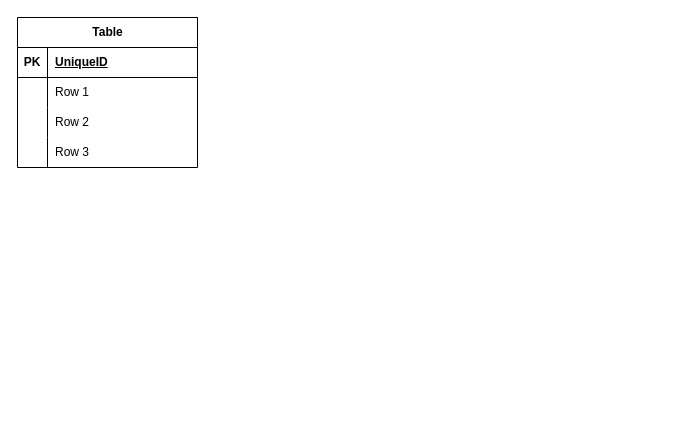
printmiron/DecrolyWorkspace keeps this draw.io diagram as BDD/Diagramas.drawio. Above is the earlier version. Source tidied: cells renumbered, new cells numbered last; positions are measured from the earlier drawing's top-left corner, leaving out a move shared by most shapes. Both pictures are drawn from the tidied source at 100%, with x=0, y=0 at pixel (17, 17).
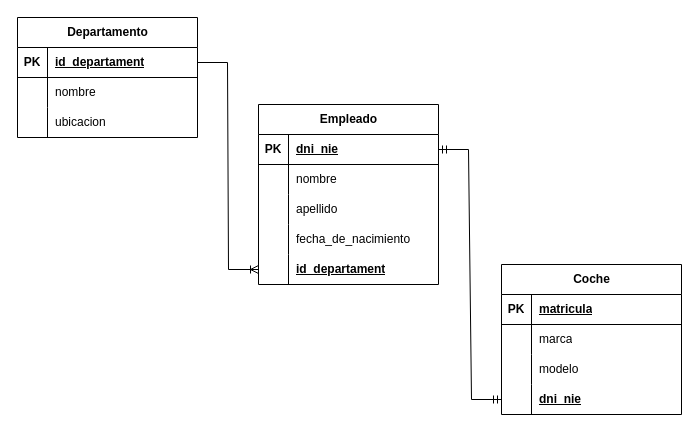
The same page after the edit.

The change refers to these unchanged cells:
```xml
<mxCell id="3" style="shape=tableRow;horizontal=0;startSize=0;swimlaneHead=0;swimlaneBody=0;fillColor=none;points=[[0,0.5],[1,0.5]];portConstraint=eastwest;top=0;left=0;right=0;bottom=1;" parent="2" vertex="1">
  <mxGeometry y="30" width="180" height="30" as="geometry" />
</mxCell>
<mxCell id="6" style="shape=tableRow;horizontal=0;startSize=0;swimlaneHead=0;swimlaneBody=0;fillColor=none;top=0;left=0;right=0;bottom=0;" parent="2" vertex="1">
  <mxGeometry y="60" width="180" height="30" as="geometry" />
</mxCell>
<mxCell id="9" style="shape=tableRow;horizontal=0;startSize=0;swimlaneHead=0;swimlaneBody=0;fillColor=none;top=0;left=0;right=0;bottom=0;" parent="2" vertex="1">
  <mxGeometry y="90" width="180" height="30" as="geometry" />
</mxCell>
```

What changed in the source:
```diff
@@
-    <mxCell id="2" value="Table" style="shape=table;startSize=30;childLayout=tableLayout;rowLines=0;fontStyle=1;align=center;html=1;" parent="1" vertex="1">
-      <mxGeometry width="180" height="150" as="geometry" />
+    <mxCell id="2" value="Departamento" style="shape=table;startSize=30;childLayout=tableLayout;rowLines=0;fontStyle=1;align=center;html=1;" parent="1" vertex="1">
+      <mxGeometry width="180" height="120" as="geometry" />
     </mxCell>
@@
-    <mxCell id="5" value="UniqueID" style="shape=partialRectangle;fillColor=none;top=0;left=0;bottom=0;right=0;align=left;spacingLeft=6;fontStyle=5;overflow=hidden;whiteSpace=wrap;html=1;" parent="3" vertex="1">
+    <mxCell id="5" value="id_departament" style="shape=partialRectangle;fillColor=none;top=0;left=0;bottom=0;right=0;align=left;spacingLeft=6;fontStyle=5;overflow=hidden;whiteSpace=wrap;html=1;" parent="3" vertex="1">
       <mxGeometry x="30" width="150" height="30" as="geometry" />
     </mxCell>
@@
-    <mxCell id="8" value="Row 1" style="shape=partialRectangle;fillColor=none;top=0;left=0;bottom=0;right=0;align=left;spacingLeft=6;overflow=hidden;whiteSpace=wrap;html=1;" parent="6" vertex="1">
+    <mxCell id="8" value="nombre" style="shape=partialRectangle;fillColor=none;top=0;left=0;bottom=0;right=0;align=left;spacingLeft=6;overflow=hidden;whiteSpace=wrap;html=1;" parent="6" vertex="1">
       <mxGeometry x="30" width="150" height="30" as="geometry" />
     </mxCell>
@@
-    <mxCell id="11" value="Row 2" style="shape=partialRectangle;fillColor=none;top=0;left=0;bottom=0;right=0;align=left;spacingLeft=6;overflow=hidden;whiteSpace=wrap;html=1;" parent="9" vertex="1">
+    <mxCell id="11" value="ubicacion" style="shape=partialRectangle;fillColor=none;top=0;left=0;bottom=0;right=0;align=left;spacingLeft=6;overflow=hidden;whiteSpace=wrap;html=1;" parent="9" vertex="1">
       <mxGeometry x="30" width="150" height="30" as="geometry" />
     </mxCell>
-    <mxCell id="12" style="shape=tableRow;horizontal=0;startSize=0;swimlaneHead=0;swimlaneBody=0;fillColor=none;top=0;left=0;right=0;bottom=0;" parent="2" vertex="1">
-      <mxGeometry y="120" width="180" height="30" as="geometry" />
-    </mxCell>
-    <mxCell id="13" style="shape=partialRectangle;fillColor=none;top=0;left=0;bottom=0;right=0;overflow=hidden;whiteSpace=wrap;html=1;" parent="12" vertex="1">
-      <mxGeometry width="30" height="30" as="geometry" />
-    </mxCell>
-    <mxCell id="14" value="Row 3" style="shape=partialRectangle;fillColor=none;top=0;left=0;bottom=0;right=0;align=left;spacingLeft=6;overflow=hidden;whiteSpace=wrap;html=1;" parent="12" vertex="1">
-      <mxGeometry x="30" width="150" height="30" as="geometry" />
-    </mxCell>
+    <mxCell id="15" value="Empleado" style="shape=table;startSize=30;childLayout=tableLayout;rowLines=0;fontStyle=1;align=center;html=1;" parent="1" vertex="1">
+      <mxGeometry x="241" y="87" width="180" height="180" as="geometry" />
+    </mxCell>
+    <mxCell id="16" style="shape=tableRow;horizontal=0;startSize=0;swimlaneHead=0;swimlaneBody=0;fillColor=none;points=[[0,0.5],[1,0.5]];portConstraint=eastwest;top=0;left=0;right=0;bottom=1;" parent="15" vertex="1">
+      <mxGeometry y="30" width="180" height="30" as="geometry" />
+    </mxCell>
+    <mxCell id="17" value="PK" style="shape=partialRectangle;fillColor=none;top=0;left=0;bottom=0;right=0;fontStyle=1;overflow=hidden;whiteSpace=wrap;html=1;" parent="16" vertex="1">
+      <mxGeometry width="30" height="30" as="geometry" />
+    </mxCell>
+    <mxCell id="18" value="dni_nie" style="shape=partialRectangle;fillColor=none;top=0;left=0;bottom=0;right=0;align=left;spacingLeft=6;fontStyle=5;overflow=hidden;whiteSpace=wrap;html=1;" parent="16" vertex="1">
+      <mxGeometry x="30" width="150" height="30" as="geometry" />
+    </mxCell>
+    <mxCell id="19" style="shape=tableRow;horizontal=0;startSize=0;swimlaneHead=0;swimlaneBody=0;fillColor=none;top=0;left=0;right=0;bottom=0;" parent="15" vertex="1">
+      <mxGeometry y="60" width="180" height="30" as="geometry" />
+    </mxCell>
+    <mxCell id="20" style="shape=partialRectangle;fillColor=none;top=0;left=0;bottom=0;right=0;overflow=hidden;whiteSpace=wrap;html=1;" parent="19" vertex="1">
+      <mxGeometry width="30" height="30" as="geometry" />
+    </mxCell>
+    <mxCell id="21" value="nombre" style="shape=partialRectangle;fillColor=none;top=0;left=0;bottom=0;right=0;align=left;spacingLeft=6;overflow=hidden;whiteSpace=wrap;html=1;" parent="19" vertex="1">
+      <mxGeometry x="30" width="150" height="30" as="geometry" />
+    </mxCell>
+    <mxCell id="22" style="shape=tableRow;horizontal=0;startSize=0;swimlaneHead=0;swimlaneBody=0;fillColor=none;top=0;left=0;right=0;bottom=0;" parent="15" vertex="1">
+      <mxGeometry y="90" width="180" height="30" as="geometry" />
+    </mxCell>
+    <mxCell id="23" style="shape=partialRectangle;fillColor=none;top=0;left=0;bottom=0;right=0;overflow=hidden;whiteSpace=wrap;html=1;" parent="22" vertex="1">
+      <mxGeometry width="30" height="30" as="geometry" />
+    </mxCell>
+    <mxCell id="24" value="apellido" style="shape=partialRectangle;fillColor=none;top=0;left=0;bottom=0;right=0;align=left;spacingLeft=6;overflow=hidden;whiteSpace=wrap;html=1;" parent="22" vertex="1">
+      <mxGeometry x="30" width="150" height="30" as="geometry" />
+    </mxCell>
+    <mxCell id="25" style="shape=tableRow;horizontal=0;startSize=0;swimlaneHead=0;swimlaneBody=0;fillColor=none;top=0;left=0;right=0;bottom=0;" parent="15" vertex="1">
+      <mxGeometry y="120" width="180" height="30" as="geometry" />
+    </mxCell>
+    <mxCell id="26" style="shape=partialRectangle;fillColor=none;top=0;left=0;bottom=0;right=0;overflow=hidden;whiteSpace=wrap;html=1;" parent="25" vertex="1">
+      <mxGeometry width="30" height="30" as="geometry" />
+    </mxCell>
+    <mxCell id="27" value="fecha_de_nacimiento" style="shape=partialRectangle;fillColor=none;top=0;left=0;bottom=0;right=0;align=left;spacingLeft=6;overflow=hidden;whiteSpace=wrap;html=1;" parent="25" vertex="1">
+      <mxGeometry x="30" width="150" height="30" as="geometry" />
+    </mxCell>
+    <mxCell id="28" style="shape=tableRow;horizontal=0;startSize=0;swimlaneHead=0;swimlaneBody=0;fillColor=none;points=[[0,0.5],[1,0.5]];portConstraint=eastwest;top=0;left=0;right=0;bottom=0;" parent="15" vertex="1">
+      <mxGeometry y="150" width="180" height="30" as="geometry" />
+    </mxCell>
+    <mxCell id="29" style="shape=partialRectangle;fillColor=none;top=0;left=0;bottom=0;right=0;overflow=hidden;whiteSpace=wrap;html=1;" parent="28" vertex="1">
+      <mxGeometry width="30" height="30" as="geometry" />
+    </mxCell>
+    <mxCell id="30" value="&lt;span style=&quot;font-weight: 700; text-decoration-line: underline;&quot;&gt;id_departament&lt;/span&gt;" style="shape=partialRectangle;fillColor=none;top=0;left=0;bottom=0;right=0;align=left;spacingLeft=6;overflow=hidden;whiteSpace=wrap;html=1;" parent="28" vertex="1">
+      <mxGeometry x="30" width="150" height="30" as="geometry" />
+    </mxCell>
+    <mxCell id="31" value="Coche" style="shape=table;startSize=30;childLayout=tableLayout;rowLines=0;fontStyle=1;align=center;html=1;" parent="1" vertex="1">
+      <mxGeometry x="484" y="247" width="180" height="150" as="geometry" />
+    </mxCell>
+    <mxCell id="32" style="shape=tableRow;horizontal=0;startSize=0;swimlaneHead=0;swimlaneBody=0;fillColor=none;top=0;left=0;right=0;bottom=1;" parent="31" vertex="1">
+      <mxGeometry y="30" width="180" height="30" as="geometry" />
+    </mxCell>
+    <mxCell id="33" value="PK" style="shape=partialRectangle;fillColor=none;top=0;left=0;bottom=0;right=0;fontStyle=1;overflow=hidden;whiteSpace=wrap;html=1;" parent="32" vertex="1">
+      <mxGeometry width="30" height="30" as="geometry" />
+    </mxCell>
+    <mxCell id="34" value="matricula" style="shape=partialRectangle;fillColor=none;top=0;left=0;bottom=0;right=0;align=left;spacingLeft=6;fontStyle=5;overflow=hidden;whiteSpace=wrap;html=1;" parent="32" vertex="1">
+      <mxGeometry x="30" width="150" height="30" as="geometry" />
+    </mxCell>
+    <mxCell id="35" style="shape=tableRow;horizontal=0;startSize=0;swimlaneHead=0;swimlaneBody=0;fillColor=none;top=0;left=0;right=0;bottom=0;" parent="31" vertex="1">
+      <mxGeometry y="60" width="180" height="30" as="geometry" />
+    </mxCell>
+    <mxCell id="36" style="shape=partialRectangle;fillColor=none;top=0;left=0;bottom=0;right=0;overflow=hidden;whiteSpace=wrap;html=1;" parent="35" vertex="1">
+      <mxGeometry width="30" height="30" as="geometry" />
+    </mxCell>
+    <mxCell id="37" value="marca" style="shape=partialRectangle;fillColor=none;top=0;left=0;bottom=0;right=0;align=left;spacingLeft=6;overflow=hidden;whiteSpace=wrap;html=1;" parent="35" vertex="1">
+      <mxGeometry x="30" width="150" height="30" as="geometry" />
+    </mxCell>
+    <mxCell id="38" style="shape=tableRow;horizontal=0;startSize=0;swimlaneHead=0;swimlaneBody=0;fillColor=none;top=0;left=0;right=0;bottom=0;" parent="31" vertex="1">
+      <mxGeometry y="90" width="180" height="30" as="geometry" />
+    </mxCell>
+    <mxCell id="39" style="shape=partialRectangle;fillColor=none;top=0;left=0;bottom=0;right=0;overflow=hidden;whiteSpace=wrap;html=1;" parent="38" vertex="1">
+      <mxGeometry width="30" height="30" as="geometry" />
+    </mxCell>
+    <mxCell id="40" value="modelo" style="shape=partialRectangle;fillColor=none;top=0;left=0;bottom=0;right=0;align=left;spacingLeft=6;overflow=hidden;whiteSpace=wrap;html=1;" parent="38" vertex="1">
+      <mxGeometry x="30" width="150" height="30" as="geometry" />
+    </mxCell>
+    <mxCell id="41" style="shape=tableRow;horizontal=0;startSize=0;swimlaneHead=0;swimlaneBody=0;fillColor=none;points=[[0,0.5],[1,0.5]];portConstraint=eastwest;top=0;left=0;right=0;bottom=0;" parent="31" vertex="1">
+      <mxGeometry y="120" width="180" height="30" as="geometry" />
+    </mxCell>
+    <mxCell id="42" style="shape=partialRectangle;fillColor=none;top=0;left=0;bottom=0;right=0;overflow=hidden;whiteSpace=wrap;html=1;" parent="41" vertex="1">
+      <mxGeometry width="30" height="30" as="geometry" />
+    </mxCell>
+    <mxCell id="43" value="&lt;span style=&quot;font-weight: 700; text-decoration-line: underline;&quot;&gt;dni_nie&lt;/span&gt;" style="shape=partialRectangle;fillColor=none;top=0;left=0;bottom=0;right=0;align=left;spacingLeft=6;overflow=hidden;whiteSpace=wrap;html=1;" parent="41" vertex="1">
+      <mxGeometry x="30" width="150" height="30" as="geometry" />
+    </mxCell>
+    <mxCell id="44" style="edgeStyle=entityRelationEdgeStyle;fontSize=12;html=1;endArrow=ERoneToMany;rounded=0;entryX=0;entryY=0.5;entryDx=0;entryDy=0;exitX=1;exitY=0.5;exitDx=0;exitDy=0;" parent="1" edge="1" source="3" target="28">
+      <mxGeometry relative="1" as="geometry" />
+    </mxCell>
+    <mxCell id="45" style="edgeStyle=entityRelationEdgeStyle;fontSize=12;html=1;endArrow=ERmandOne;startArrow=ERmandOne;rounded=0;entryX=0;entryY=0.5;entryDx=0;entryDy=0;exitX=1;exitY=0.5;exitDx=0;exitDy=0;" parent="1" edge="1" source="16" target="41">
+      <mxGeometry relative="1" as="geometry" />
+    </mxCell>
```
